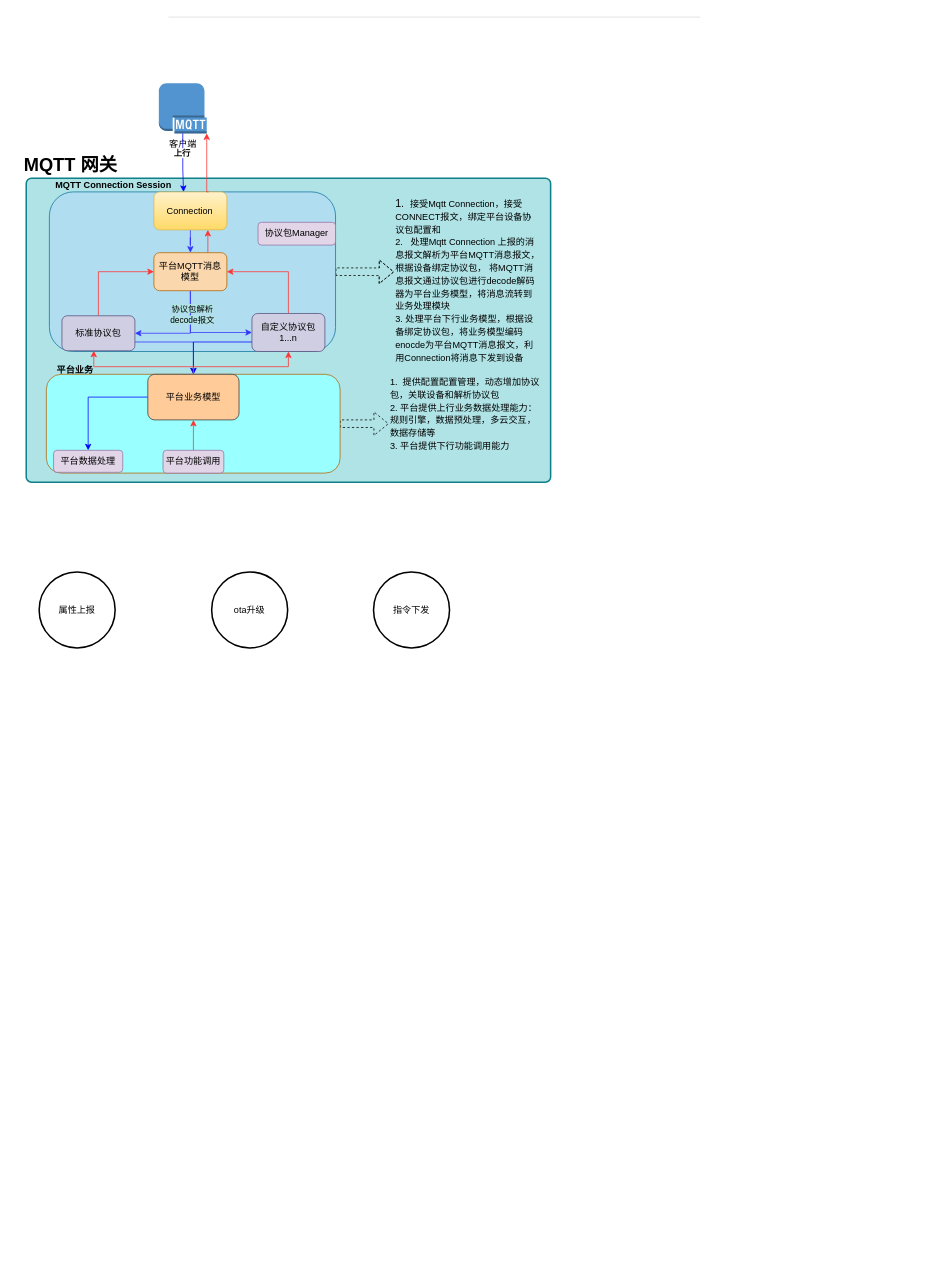
Earlier version of the draw.io diagram gl.drawio (cqu20141693/draw.io). Source tidied: cells renumbered, new cells numbered last; positions are measured from the earlier drawing's top-left corner, leaving out a move shared by most shapes. Both pictures are drawn from the tidied source at 76%, with x=0, y=0 at pixel (13, 13).
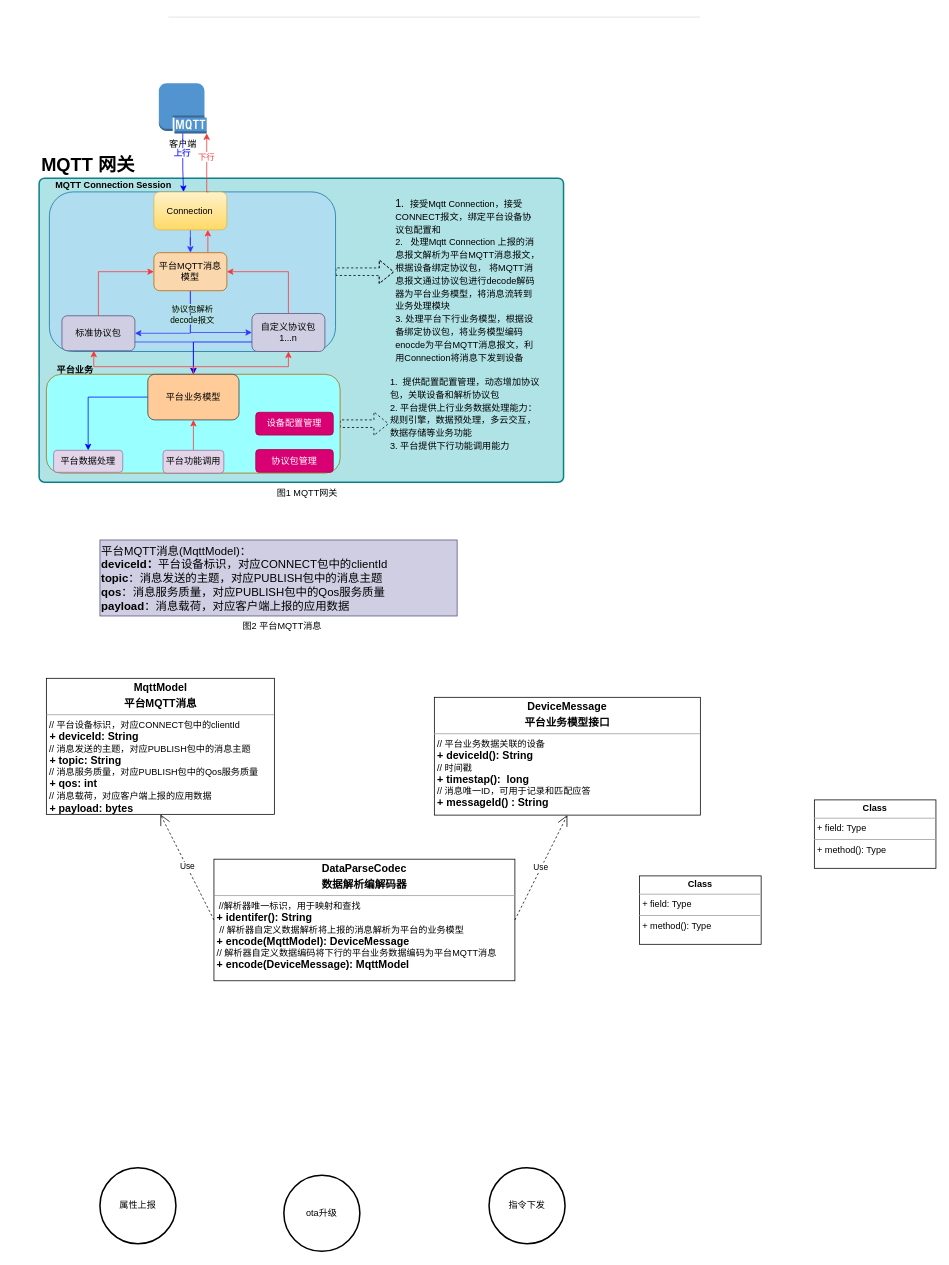
The same diagram, later.

Unchanged cells that the change refers to:
```xml
<mxCell id="10" style="edgeStyle=orthogonalEdgeStyle;rounded=0;jettySize=auto;html=1;entryX=1;entryY=1;entryDx=0;entryDy=0;entryPerimeter=0;strokeColor=#FF3333;exitX=0.75;exitY=0;exitDx=0;exitDy=0;" parent="1" edge="1" source="9" target="2">
  <mxGeometry relative="1" as="geometry">
    <Array as="points">
      <mxPoint x="254" y="235" />
    </Array>
  </mxGeometry>
</mxCell>
<mxCell id="12" style="edgeStyle=orthogonalEdgeStyle;rounded=0;jettySize=auto;html=1;strokeColor=#0000FF;" parent="1" edge="1" source="2">
  <mxGeometry relative="1" as="geometry">
    <mxPoint x="224" y="235" as="targetPoint" />
    <Array as="points">
      <mxPoint x="223" y="205" />
      <mxPoint x="223" y="205" />
    </Array>
  </mxGeometry>
</mxCell>
```

Change to the diagram source:
```diff
@@
     <mxCell id="3" style="rounded=1;whiteSpace=wrap;html=1;absoluteArcSize=1;arcSize=14;strokeWidth=2;fillColor=#b0e3e6;strokeColor=#0e8088;" parent="1" vertex="1">
-      <mxGeometry x="17" y="217" width="690" height="400" as="geometry" />
+      <mxGeometry x="34" y="217" width="690" height="400" as="geometry" />
     </mxCell>
     <mxCell id="4" value="&lt;b&gt;&lt;font style=&quot;font-size: 24px;&quot;&gt;MQTT 网关&lt;/font&gt;&lt;/b&gt;" style="text;html=1;strokeColor=none;fillColor=none;align=center;verticalAlign=middle;whiteSpace=wrap;rounded=0;" parent="1" vertex="1">
-      <mxGeometry y="182" width="151" height="35" as="geometry" />
+      <mxGeometry x="23" y="182" width="151" height="35" as="geometry" />
     </mxCell>
@@
+    <mxCell id="42" value="&lt;font color=&quot;#ff3333&quot;&gt;下行&lt;/font&gt;" style="edgeLabel;html=1;align=center;verticalAlign=middle;" parent="10" vertex="1">
+      <mxGeometry x="0.25" y="2" relative="1" as="geometry">
+        <mxPoint x="1" y="1" as="offset" />
+      </mxGeometry>
+    </mxCell>
@@
-    <mxCell id="13" value="&lt;b&gt;上行&lt;/b&gt;" style="edgeLabel;html=1;align=center;verticalAlign=middle;" parent="12" vertex="1">
+    <mxCell id="13" value="&lt;b&gt;&lt;font color=&quot;#3333ff&quot;&gt;上行&lt;/font&gt;&lt;/b&gt;" style="edgeLabel;html=1;align=center;verticalAlign=middle;" parent="12" vertex="1">
       <mxGeometry x="-0.34" y="-2" relative="1" as="geometry" />
     </mxCell>
@@
-    <mxCell id="37" value="&lt;span style=&quot;background-color: rgb(176, 227, 230);&quot;&gt;&lt;span style=&quot;font-family: Arial, Helvetica; font-size: 12px; text-align: center;&quot;&gt;1.&amp;nbsp; 提供配置配置管理，动态增加协议包，关联设备和解析协议包&lt;br&gt;2. 平台提供上行业务数据处理能力：规则引擎，数据预处理，多云交互，数据存储等&lt;br&gt;3. 平台提供下行功能调用能力&lt;br&gt;&lt;br&gt;&lt;/span&gt;&lt;/span&gt;" style="strokeColor=none;fillColor=none;whiteSpace=wrap;html=1;align=left;verticalAlign=top;fontSize=14;" parent="1" vertex="1">
+    <mxCell id="37" value="&lt;span style=&quot;background-color: rgb(176, 227, 230);&quot;&gt;&lt;span style=&quot;font-family: Arial, Helvetica; font-size: 12px; text-align: center;&quot;&gt;1.&amp;nbsp; 提供配置配置管理，动态增加协议包，关联设备和解析协议包&lt;br&gt;2. 平台提供上行业务数据处理能力：规则引擎，数据预处理，多云交互，数据存储等业务功能&lt;br&gt;3. 平台提供下行功能调用能力&lt;br&gt;&lt;br&gt;&lt;/span&gt;&lt;/span&gt;" style="strokeColor=none;fillColor=none;whiteSpace=wrap;html=1;align=left;verticalAlign=top;fontSize=14;" parent="1" vertex="1">
       <mxGeometry x="494" y="470" width="200" height="140" as="geometry" />
     </mxCell>
     <mxCell id="38" value="属性上报" style="strokeWidth=2;html=1;shape=mxgraph.flowchart.start_2;whiteSpace=wrap;" parent="1" vertex="1">
-      <mxGeometry x="34" y="735" width="100" height="100" as="geometry" />
+      <mxGeometry x="114" y="1519" width="100" height="100" as="geometry" />
     </mxCell>
     <mxCell id="39" value="ota升级" style="strokeWidth=2;html=1;shape=mxgraph.flowchart.start_2;whiteSpace=wrap;" parent="1" vertex="1">
-      <mxGeometry x="261" y="735" width="100" height="100" as="geometry" />
+      <mxGeometry x="356" y="1529" width="100" height="100" as="geometry" />
     </mxCell>
     <mxCell id="40" value="指令下发" style="strokeWidth=2;html=1;shape=mxgraph.flowchart.start_2;whiteSpace=wrap;" parent="1" vertex="1">
-      <mxGeometry x="474" y="735" width="100" height="100" as="geometry" />
+      <mxGeometry x="626" y="1519" width="100" height="100" as="geometry" />
     </mxCell>
-    <mxCell id="41" value="协议包Manager" style="rounded=1;whiteSpace=wrap;html=1;fillColor=#e1d5e7;strokeColor=#9673a6;" parent="1" vertex="1">
-      <mxGeometry x="322" y="275" width="102" height="30" as="geometry" />
+    <mxCell id="41" value="协议包管理" style="rounded=1;whiteSpace=wrap;html=1;fillColor=#d80073;strokeColor=#A50040;fontColor=#ffffff;" parent="1" vertex="1">
+      <mxGeometry x="319" y="574" width="102" height="30" as="geometry" />
     </mxCell>
+    <mxCell id="43" value="设备配置管理" style="rounded=1;whiteSpace=wrap;html=1;fillColor=#d80073;strokeColor=#A50040;fontColor=#ffffff;" parent="1" vertex="1">
+      <mxGeometry x="319" y="525" width="102" height="30" as="geometry" />
+    </mxCell>
+    <mxCell id="44" value="图1 MQTT网关" style="text;html=1;strokeColor=none;fillColor=none;align=center;verticalAlign=middle;whiteSpace=wrap;rounded=0;" parent="1" vertex="1">
+      <mxGeometry x="340" y="617" width="94" height="28" as="geometry" />
+    </mxCell>
+    <mxCell id="45" value="&lt;span style=&quot;font-size: 15px; background-color: rgb(208, 206, 226);&quot;&gt;平台MQTT消息(MqttModel)：&lt;br&gt;&lt;b&gt;deviceId：&lt;/b&gt;平台设备标识，对应CONNECT包中的clientId&lt;br&gt;&lt;b&gt;topic&lt;/b&gt;：消息发送的主题，对应PUBLISH包中的消息主题&lt;br&gt;&lt;b&gt;qos&lt;/b&gt;：消息服务质量，对应PUBLISH包中的Qos服务质量&lt;br&gt;&lt;b&gt;payload&lt;/b&gt;：消息载荷，对应客户端上报的应用数据&lt;/span&gt;" style="text;html=1;align=left;verticalAlign=middle;whiteSpace=wrap;rounded=0;fillColor=#D0CEE2;strokeColor=#56517e;" parent="1" vertex="1">
+      <mxGeometry x="114" y="693" width="470" height="100" as="geometry" />
+    </mxCell>
+    <mxCell id="46" value="图2 平台MQTT消息" style="text;html=1;strokeColor=none;fillColor=none;align=center;verticalAlign=middle;whiteSpace=wrap;rounded=0;" parent="1" vertex="1">
+      <mxGeometry x="299" y="792" width="110" height="30" as="geometry" />
+    </mxCell>
+    <mxCell id="47" value="&lt;p style=&quot;text-align: center; margin: 4px 0px 0px; font-size: 14px;&quot;&gt;&lt;b style=&quot;&quot;&gt;&lt;font style=&quot;font-size: 14px;&quot;&gt;DataParseCodec&lt;/font&gt;&lt;/b&gt;&lt;/p&gt;&lt;p style=&quot;text-align: center; margin: 4px 0px 0px; font-size: 14px;&quot;&gt;&lt;b style=&quot;&quot;&gt;&lt;font style=&quot;font-size: 14px;&quot;&gt;数据解析编解码器&lt;/font&gt;&lt;/b&gt;&lt;br&gt;&lt;/p&gt;&lt;hr size=&quot;1&quot;&gt;&amp;nbsp; //解析器唯一标识，用于映射和查找&lt;br&gt;&lt;p style=&quot;margin:0px;margin-left:4px;&quot;&gt;&lt;b&gt;&lt;font style=&quot;font-size: 14px;&quot;&gt;+ identifer(): String&amp;nbsp;&lt;/font&gt;&lt;/b&gt;&amp;nbsp;&lt;/p&gt;&lt;p style=&quot;margin:0px;margin-left:4px;&quot;&gt;&amp;nbsp;// 解析器自定义数据解析将上报的消息解析为平台的业务模型&lt;br&gt;&lt;b&gt;&lt;font style=&quot;font-size: 14px;&quot;&gt;+ encode(MqttModel): DeviceMessage&amp;nbsp;&lt;/font&gt;&lt;/b&gt;&lt;/p&gt;&lt;p style=&quot;margin:0px;margin-left:4px;&quot;&gt;// 解析器自定义数据编码将下行的平台业务数据编码为平台MQTT消息&lt;br&gt;&lt;/p&gt;&lt;p style=&quot;margin:0px;margin-left:4px;&quot;&gt;&lt;b&gt;&lt;font style=&quot;font-size: 14px;&quot;&gt;+ encode(DeviceMessage): MqttModel&amp;nbsp;&lt;/font&gt;&lt;/b&gt;&lt;br&gt;&lt;/p&gt;&lt;p style=&quot;margin:0px;margin-left:4px;&quot;&gt;&lt;br&gt;&lt;/p&gt;&lt;p style=&quot;margin:0px;margin-left:4px;&quot;&gt;&lt;br&gt;&lt;/p&gt;" style="verticalAlign=top;align=left;overflow=fill;fontSize=12;fontFamily=Helvetica;html=1;whiteSpace=wrap;" parent="1" vertex="1">
+      <mxGeometry x="264" y="1113" width="396" height="160" as="geometry" />
+    </mxCell>
+    <mxCell id="48" value="&lt;p style=&quot;text-align: center; margin: 4px 0px 0px; font-size: 14px;&quot;&gt;&lt;b style=&quot;&quot;&gt;&lt;font style=&quot;font-size: 14px;&quot;&gt;DeviceMessage&lt;/font&gt;&lt;/b&gt;&lt;/p&gt;&lt;p style=&quot;text-align: center; margin: 4px 0px 0px; font-size: 14px;&quot;&gt;&lt;b style=&quot;&quot;&gt;&lt;font style=&quot;font-size: 14px;&quot;&gt;平台业务模型接口&lt;/font&gt;&lt;/b&gt;&lt;/p&gt;&lt;hr size=&quot;1&quot;&gt;&lt;p style=&quot;margin:0px;margin-left:4px;&quot;&gt;// 平台业务数据关联的设备&lt;br&gt;&lt;/p&gt;&lt;p style=&quot;margin:0px;margin-left:4px;&quot;&gt;&lt;b&gt;&lt;font style=&quot;font-size: 14px;&quot;&gt;+ deviceId(): String&amp;nbsp;&lt;/font&gt;&lt;/b&gt;&lt;br&gt;// 时间戳&lt;br&gt;&lt;/p&gt;&lt;p style=&quot;margin:0px;margin-left:4px;&quot;&gt;&lt;b&gt;&lt;font style=&quot;font-size: 14px;&quot;&gt;+ timestap():&amp;nbsp; long&amp;nbsp;&lt;/font&gt;&lt;/b&gt;&lt;/p&gt;&lt;p style=&quot;margin:0px;margin-left:4px;&quot;&gt;// 消息唯一ID，可用于记录和匹配应答&lt;br&gt;&lt;/p&gt;&lt;p style=&quot;margin:0px;margin-left:4px;&quot;&gt;&lt;b&gt;&lt;font style=&quot;font-size: 14px;&quot;&gt;+ messageId() : String&amp;nbsp;&lt;/font&gt;&lt;/b&gt;&lt;/p&gt;" style="verticalAlign=top;align=left;overflow=fill;fontSize=12;fontFamily=Helvetica;html=1;whiteSpace=wrap;" parent="1" vertex="1">
+      <mxGeometry x="554" y="900" width="350" height="155" as="geometry" />
+    </mxCell>
+    <mxCell id="49" value="Use" style="endArrow=open;endSize=12;dashed=1;html=1;rounded=0;exitX=1;exitY=0.5;exitDx=0;exitDy=0;entryX=0.5;entryY=1;entryDx=0;entryDy=0;" parent="1" edge="1" source="47" target="48">
+      <mxGeometry relative="1" as="geometry" />
+    </mxCell>
+    <mxCell id="50" value="&lt;p style=&quot;margin: 4px 0px 0px; text-align: center; font-size: 14px;&quot;&gt;&lt;b style=&quot;&quot;&gt;&lt;font style=&quot;font-size: 14px;&quot;&gt;MqttModel&lt;/font&gt;&lt;/b&gt;&lt;/p&gt;&lt;p style=&quot;margin: 4px 0px 0px; text-align: center; font-size: 14px;&quot;&gt;&lt;b style=&quot;&quot;&gt;&lt;font style=&quot;font-size: 14px;&quot;&gt;平台MQTT消息&lt;/font&gt;&lt;br&gt;&lt;/b&gt;&lt;/p&gt;&lt;hr size=&quot;1&quot;&gt;&amp;nbsp;// 平台设备标识，对应CONNECT包中的clientId&lt;p style=&quot;margin:0px;margin-left:4px;&quot;&gt;&lt;span style=&quot;background-color: initial; font-size: 14px;&quot;&gt;&lt;b&gt;+ deviceId: String&lt;/b&gt;&lt;/span&gt;&lt;br&gt;&lt;/p&gt;&amp;nbsp;// 消息发送的主题，对应PUBLISH包中的消息主题&lt;p style=&quot;margin:0px;margin-left:4px;&quot;&gt;&lt;b&gt;&lt;font style=&quot;font-size: 14px;&quot;&gt;+ topic: String&lt;/font&gt;&lt;/b&gt;&lt;br&gt;&lt;/p&gt;&amp;nbsp;// 消息服务质量，对应PUBLISH包中的Qos服务质量&lt;p style=&quot;margin: 0px 0px 0px 4px; font-size: 14px;&quot;&gt;&lt;b style=&quot;&quot;&gt;&lt;font style=&quot;font-size: 14px;&quot;&gt;+ qos: int&lt;br&gt;&lt;/font&gt;&lt;/b&gt;&lt;/p&gt;&amp;nbsp;// 消息载荷，对应客户端上报的应用数据&lt;p style=&quot;margin:0px;margin-left:4px;&quot;&gt;&lt;b&gt;&lt;font style=&quot;font-size: 14px;&quot;&gt;+ payload: bytes&lt;/font&gt;&lt;/b&gt;&lt;/p&gt;" style="verticalAlign=top;align=left;overflow=fill;fontSize=12;fontFamily=Helvetica;html=1;whiteSpace=wrap;" parent="1" vertex="1">
+      <mxGeometry x="43.5" y="875" width="300" height="179" as="geometry" />
+    </mxCell>
+    <mxCell id="51" value="Use" style="endArrow=open;endSize=12;dashed=1;html=1;rounded=0;exitX=0;exitY=0.5;exitDx=0;exitDy=0;entryX=0.5;entryY=1;entryDx=0;entryDy=0;" parent="1" edge="1" source="47" target="50">
+      <mxGeometry relative="1" as="geometry" />
+    </mxCell>
+    <mxCell id="52" value="&lt;p style=&quot;margin:0px;margin-top:4px;text-align:center;&quot;&gt;&lt;b&gt;Class&lt;/b&gt;&lt;/p&gt;&lt;hr size=&quot;1&quot;/&gt;&lt;p style=&quot;margin:0px;margin-left:4px;&quot;&gt;+ field: Type&lt;/p&gt;&lt;hr size=&quot;1&quot;/&gt;&lt;p style=&quot;margin:0px;margin-left:4px;&quot;&gt;+ method(): Type&lt;/p&gt;" style="verticalAlign=top;align=left;overflow=fill;fontSize=12;fontFamily=Helvetica;html=1;whiteSpace=wrap;" parent="1" vertex="1">
+      <mxGeometry x="824" y="1135" width="160" height="90" as="geometry" />
+    </mxCell>
+    <mxCell id="53" value="&lt;p style=&quot;margin:0px;margin-top:4px;text-align:center;&quot;&gt;&lt;b&gt;Class&lt;/b&gt;&lt;/p&gt;&lt;hr size=&quot;1&quot;/&gt;&lt;p style=&quot;margin:0px;margin-left:4px;&quot;&gt;+ field: Type&lt;/p&gt;&lt;hr size=&quot;1&quot;/&gt;&lt;p style=&quot;margin:0px;margin-left:4px;&quot;&gt;+ method(): Type&lt;/p&gt;" style="verticalAlign=top;align=left;overflow=fill;fontSize=12;fontFamily=Helvetica;html=1;whiteSpace=wrap;" parent="1" vertex="1">
+      <mxGeometry x="1054" y="1035" width="160" height="90" as="geometry" />
+    </mxCell>
```
